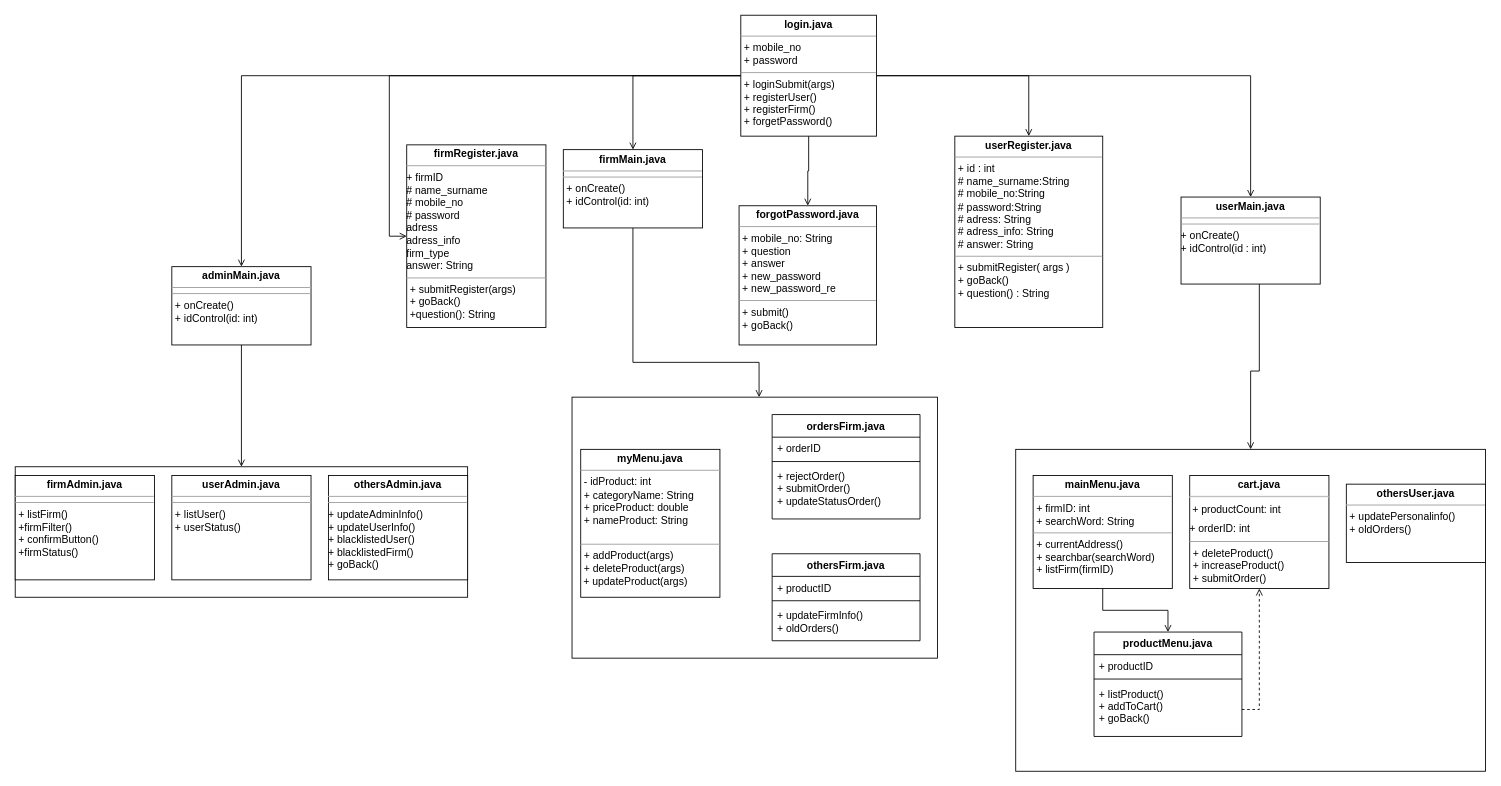
Earlier version of the draw.io diagram documentation/Untitled Diagram.drawio (fatihy101/yemek-siparis-app). Source tidied: cells renumbered, new cells numbered last; positions are measured from the earlier drawing's top-left corner, leaving out a move shared by most shapes. Both pictures are drawn from the tidied source at 87%, with x=0, y=0 at pixel (15, 15).
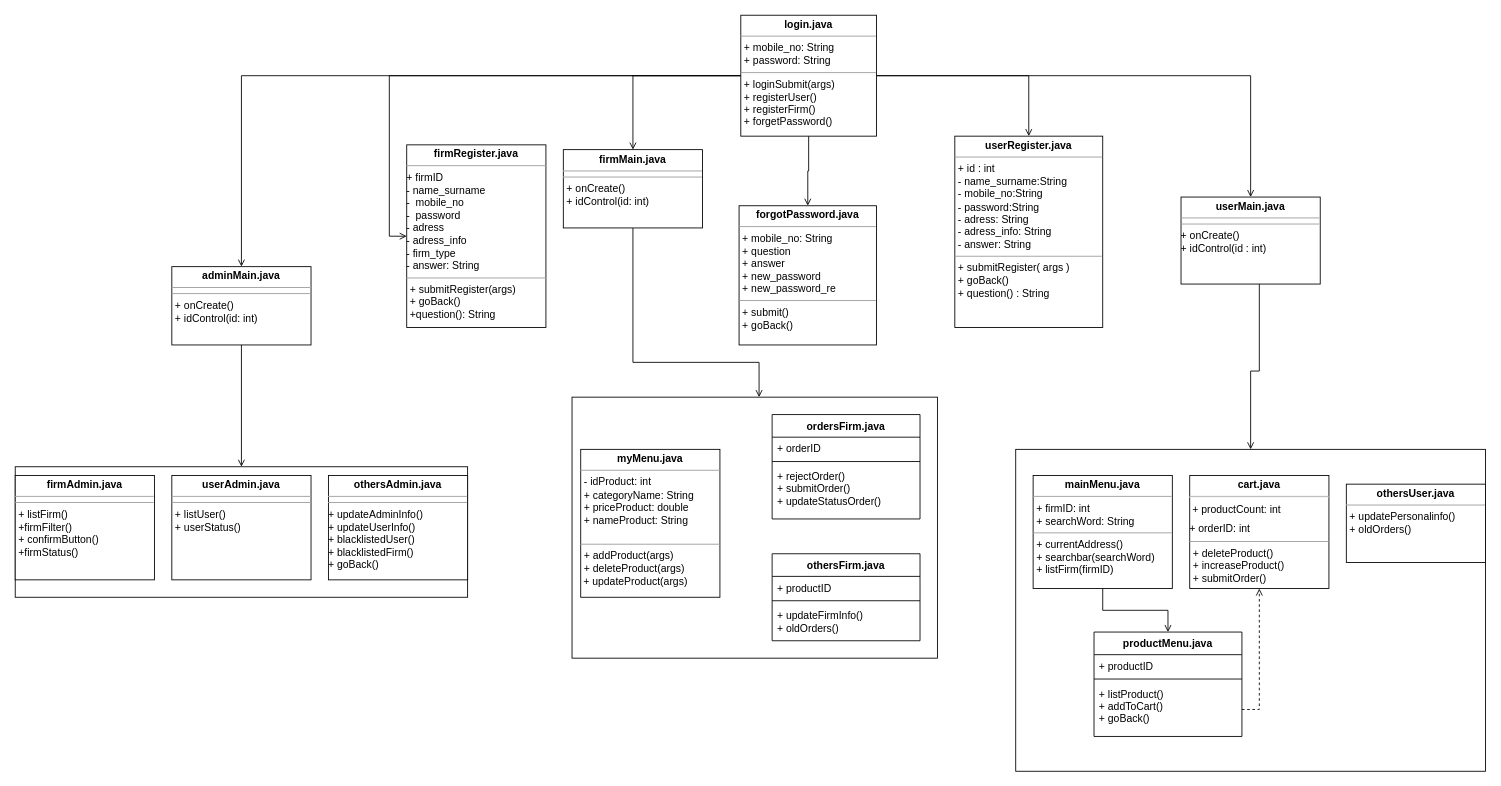
Above is the later version.

The edit, as a diff of the source:
```diff
@@
-    <mxCell id="8" value="&lt;p style=&quot;margin: 0px ; margin-top: 4px ; text-align: center&quot;&gt;&lt;b&gt;login.java&lt;/b&gt;&lt;/p&gt;&lt;hr size=&quot;1&quot;&gt;&lt;p style=&quot;margin: 0px ; margin-left: 4px&quot;&gt;+ mobile_no&lt;/p&gt;&lt;p style=&quot;margin: 0px ; margin-left: 4px&quot;&gt;+ password&lt;br&gt;&lt;/p&gt;&lt;hr size=&quot;1&quot;&gt;&lt;p style=&quot;margin: 0px ; margin-left: 4px&quot;&gt;+ loginSubmit(args)&lt;/p&gt;&lt;p style=&quot;margin: 0px ; margin-left: 4px&quot;&gt;+ registerUser()&lt;/p&gt;&lt;p style=&quot;margin: 0px ; margin-left: 4px&quot;&gt;+ registerFirm()&lt;/p&gt;&lt;p style=&quot;margin: 0px ; margin-left: 4px&quot;&gt;+ forgetPassword()&lt;br&gt;&lt;/p&gt;&lt;p style=&quot;margin: 0px ; margin-left: 4px&quot;&gt;&lt;br&gt;&lt;/p&gt;" style="verticalAlign=top;align=left;overflow=fill;fontSize=12;fontFamily=Helvetica;html=1;" parent="1" vertex="1">
+    <mxCell id="8" value="&lt;p style=&quot;margin: 0px ; margin-top: 4px ; text-align: center&quot;&gt;&lt;b&gt;login.java&lt;/b&gt;&lt;/p&gt;&lt;hr size=&quot;1&quot;&gt;&lt;p style=&quot;margin: 0px ; margin-left: 4px&quot;&gt;+ mobile_no: String&lt;/p&gt;&lt;p style=&quot;margin: 0px ; margin-left: 4px&quot;&gt;+ password: String&lt;br&gt;&lt;/p&gt;&lt;hr size=&quot;1&quot;&gt;&lt;p style=&quot;margin: 0px ; margin-left: 4px&quot;&gt;+ loginSubmit(args)&lt;/p&gt;&lt;p style=&quot;margin: 0px ; margin-left: 4px&quot;&gt;+ registerUser()&lt;/p&gt;&lt;p style=&quot;margin: 0px ; margin-left: 4px&quot;&gt;+ registerFirm()&lt;/p&gt;&lt;p style=&quot;margin: 0px ; margin-left: 4px&quot;&gt;+ forgetPassword()&lt;br&gt;&lt;/p&gt;&lt;p style=&quot;margin: 0px ; margin-left: 4px&quot;&gt;&lt;br&gt;&lt;/p&gt;" style="verticalAlign=top;align=left;overflow=fill;fontSize=12;fontFamily=Helvetica;html=1;" parent="1" vertex="1">
       <mxGeometry x="834" width="156" height="139" as="geometry" />
     </mxCell>
@@
-    <mxCell id="11" value="&lt;p style=&quot;margin: 0px ; margin-top: 4px ; text-align: center&quot;&gt;&lt;b&gt;firmRegister.java&lt;/b&gt;&lt;br&gt;&lt;/p&gt;&lt;hr size=&quot;1&quot;&gt;+ firmID&lt;br&gt;# name_surname&lt;br&gt;# mobile_no&lt;br&gt;# password&lt;br&gt;adress&lt;br&gt;adress_info&lt;br&gt;&lt;div&gt;firm_type&lt;/div&gt;&lt;div&gt;answer: String&lt;br&gt;&lt;/div&gt;&lt;hr size=&quot;1&quot;&gt;&lt;p style=&quot;margin: 0px ; margin-left: 4px&quot;&gt;+ submitRegister(args)&lt;/p&gt;&lt;p style=&quot;margin: 0px ; margin-left: 4px&quot;&gt;+ goBack()&lt;/p&gt;&lt;p style=&quot;margin: 0px ; margin-left: 4px&quot;&gt;+question(): String&lt;br&gt;&lt;/p&gt;" style="verticalAlign=top;align=left;overflow=fill;fontSize=12;fontFamily=Helvetica;html=1;" parent="1" vertex="1">
+    <mxCell id="11" value="&lt;p style=&quot;margin: 0px ; margin-top: 4px ; text-align: center&quot;&gt;&lt;b&gt;firmRegister.java&lt;/b&gt;&lt;br&gt;&lt;/p&gt;&lt;hr size=&quot;1&quot;&gt;+ firmID&lt;br&gt;- name_surname&lt;br&gt;-&amp;nbsp; mobile_no&lt;br&gt;-&amp;nbsp; password&lt;br&gt;- adress&lt;br&gt;- adress_info&lt;br&gt;&lt;div&gt;- firm_type&lt;/div&gt;&lt;div&gt;- answer: String&lt;br&gt;&lt;/div&gt;&lt;hr size=&quot;1&quot;&gt;&lt;p style=&quot;margin: 0px ; margin-left: 4px&quot;&gt;+ submitRegister(args)&lt;/p&gt;&lt;p style=&quot;margin: 0px ; margin-left: 4px&quot;&gt;+ goBack()&lt;/p&gt;&lt;p style=&quot;margin: 0px ; margin-left: 4px&quot;&gt;+question(): String&lt;br&gt;&lt;/p&gt;" style="verticalAlign=top;align=left;overflow=fill;fontSize=12;fontFamily=Helvetica;html=1;" parent="1" vertex="1">
       <mxGeometry x="450" y="149" width="160" height="210" as="geometry" />
     </mxCell>
@@
-    <mxCell id="14" value="&lt;p style=&quot;margin: 0px ; margin-top: 4px ; text-align: center&quot;&gt;&lt;b&gt;userRegister.java&lt;/b&gt;&lt;br&gt;&lt;/p&gt;&lt;hr size=&quot;1&quot;&gt;&lt;p style=&quot;margin: 0px ; margin-left: 4px&quot;&gt;+ id : int&lt;br&gt;# name_surname:String&lt;br&gt;# mobile_no:String&lt;br&gt;# password:String &lt;br&gt;# adress: String&lt;br&gt;# adress_info: String&lt;/p&gt;&lt;p style=&quot;margin: 0px ; margin-left: 4px&quot;&gt;# answer: String&lt;br&gt;&lt;/p&gt;&lt;hr size=&quot;1&quot;&gt;&lt;p style=&quot;margin: 0px ; margin-left: 4px&quot;&gt;+ submitRegister( args )&lt;br&gt;+ goBack()&lt;/p&gt;&lt;p style=&quot;margin: 0px ; margin-left: 4px&quot;&gt;+ question() : String&lt;br&gt;&lt;/p&gt;&lt;p style=&quot;margin: 0px ; margin-left: 4px&quot;&gt;&lt;br&gt;&lt;/p&gt;" style="verticalAlign=top;align=left;overflow=fill;fontSize=12;fontFamily=Helvetica;html=1;" parent="1" vertex="1">
+    <mxCell id="14" value="&lt;p style=&quot;margin: 0px ; margin-top: 4px ; text-align: center&quot;&gt;&lt;b&gt;userRegister.java&lt;/b&gt;&lt;br&gt;&lt;/p&gt;&lt;hr size=&quot;1&quot;&gt;&lt;p style=&quot;margin: 0px ; margin-left: 4px&quot;&gt;+ id : int&lt;br&gt;- name_surname:String&lt;br&gt;- mobile_no:String&lt;br&gt;- password:String &lt;br&gt;- adress: String&lt;br&gt;- adress_info: String&lt;/p&gt;&lt;p style=&quot;margin: 0px ; margin-left: 4px&quot;&gt;- answer: String&lt;br&gt;&lt;/p&gt;&lt;hr size=&quot;1&quot;&gt;&lt;p style=&quot;margin: 0px ; margin-left: 4px&quot;&gt;+ submitRegister( args )&lt;br&gt;+ goBack()&lt;/p&gt;&lt;p style=&quot;margin: 0px ; margin-left: 4px&quot;&gt;+ question() : String&lt;br&gt;&lt;/p&gt;&lt;p style=&quot;margin: 0px ; margin-left: 4px&quot;&gt;&lt;br&gt;&lt;/p&gt;" style="verticalAlign=top;align=left;overflow=fill;fontSize=12;fontFamily=Helvetica;html=1;" parent="1" vertex="1">
       <mxGeometry x="1080" y="139" width="170" height="220" as="geometry" />
     </mxCell>
```
